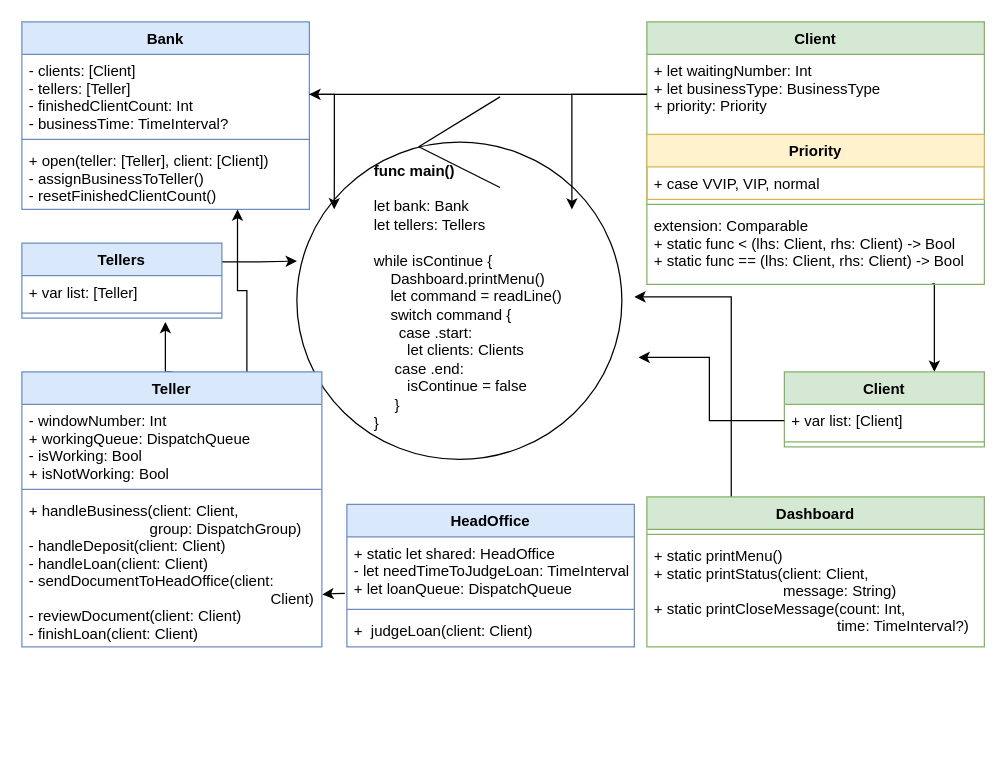
This is 2021_01_17_bankManager/Untitled Diagram.drawio from lina0322/iOS_yagom_starter_camp, a draw.io file, before an edit. Source tidied: cells renumbered, new cells numbered last; positions are measured from the earlier drawing's top-left corner, leaving out a move shared by most shapes. Both pictures are drawn from the tidied source at 125%, with x=0, y=0 at pixel (21, 21).
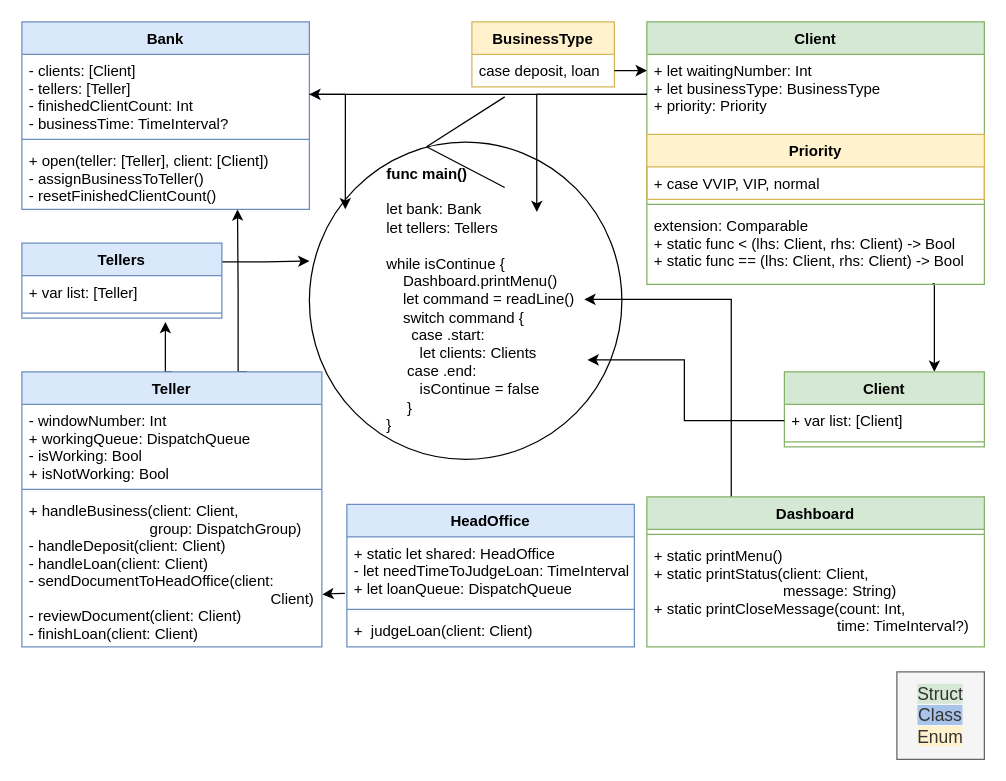
After the change.

The change refers to these unchanged cells:
```xml
<mxCell id="8" value="Bank" style="swimlane;fontStyle=1;align=center;verticalAlign=top;horizontal=1;startSize=26;fillColor=#dae8fc;strokeColor=#6c8ebf;" parent="1" vertex="1">
  <mxGeometry width="230" height="150" as="geometry" />
</mxCell>
<mxCell id="9" value="- clients: [Client]&#10;- tellers: [Teller]&#10;- finishedClientCount: Int&#10;- businessTime: TimeInterval?" style="text;strokeColor=none;fillColor=none;align=left;verticalAlign=top;spacingLeft=4;spacingRight=4;overflow=hidden;points=[[0,0.5],[1,0.5]];portConstraint=eastwest;" parent="8" vertex="1">
  <mxGeometry y="26" width="230" height="64" as="geometry" />
</mxCell>
<mxCell id="15" value="+ let waitingNumber: Int&#10;+ let businessType: BusinessType&#10;+ priority: Priority" style="text;strokeColor=none;fillColor=none;align=left;verticalAlign=top;spacingLeft=4;spacingRight=4;overflow=hidden;points=[[0,0.5],[1,0.5]];portConstraint=eastwest;" parent="14" vertex="1">
  <mxGeometry y="26" width="270" height="64" as="geometry" />
</mxCell>
<mxCell id="32" value="Teller" style="swimlane;fontStyle=1;align=center;verticalAlign=top;horizontal=1;startSize=26;fillColor=#dae8fc;strokeColor=#6c8ebf;" parent="1" vertex="1">
  <mxGeometry y="280" width="240" height="220" as="geometry" />
</mxCell>
```

The edit, as a diff of the source:
```diff
@@
     <mxCell id="2" style="ellipse;shape=umlControl;whiteSpace=wrap;html=1;align=left;" parent="1" vertex="1">
-      <mxGeometry x="220" y="60" width="260" height="290" as="geometry" />
+      <mxGeometry x="230" y="60" width="250" height="290" as="geometry" />
     </mxCell>
     <mxCell id="3" value="&lt;b&gt;&lt;span&gt;func main()&lt;/span&gt;&lt;br&gt;&lt;/b&gt;&lt;br&gt;&lt;span&gt;let bank: Bank&lt;/span&gt;&lt;br&gt;&lt;span&gt;let tellers: Tellers&lt;/span&gt;&lt;br&gt;&lt;br&gt;&lt;span&gt;while isContinue {&lt;/span&gt;&lt;br&gt;&lt;span&gt;&amp;nbsp; &amp;nbsp; Dashboard.printMenu()&lt;/span&gt;&lt;br&gt;&lt;span&gt;&amp;nbsp; &amp;nbsp; let command = readLine()&lt;/span&gt;&lt;br&gt;&lt;span&gt;&amp;nbsp; &amp;nbsp; switch command {&lt;/span&gt;&lt;br&gt;&lt;span&gt;&amp;nbsp; &amp;nbsp; &amp;nbsp; case .start:&lt;/span&gt;&lt;br&gt;&lt;span&gt;&amp;nbsp; &amp;nbsp; &amp;nbsp; &amp;nbsp; let clients: Clients&lt;/span&gt;&lt;br&gt;&lt;span&gt;&amp;nbsp; &amp;nbsp; &amp;nbsp;case .end:&lt;/span&gt;&lt;br&gt;&lt;span&gt;&amp;nbsp; &amp;nbsp; &amp;nbsp; &amp;nbsp; isContinue = false&lt;/span&gt;&lt;br&gt;&lt;span&gt;&amp;nbsp; &amp;nbsp; &amp;nbsp;}&lt;/span&gt;&lt;br&gt;&lt;span&gt;}&lt;/span&gt;" style="text;html=1;strokeColor=none;fillColor=none;align=left;verticalAlign=middle;whiteSpace=wrap;rounded=0;" parent="1" vertex="1">
-      <mxGeometry x="280" y="110" width="210" height="220" as="geometry" />
+      <mxGeometry x="290" y="112" width="160" height="220" as="geometry" />
     </mxCell>
@@
     <mxCell id="12" style="edgeStyle=orthogonalEdgeStyle;rounded=0;jettySize=auto;html=1;entryX=0.115;entryY=0.31;entryDx=0;entryDy=0;entryPerimeter=0;" parent="1" edge="1" source="9" target="2">
-      <mxGeometry relative="1" as="geometry" />
+      <mxGeometry relative="1" as="geometry">
+        <Array as="points">
+          <mxPoint x="259" y="58" />
+        </Array>
+      </mxGeometry>
     </mxCell>
@@
     <mxCell id="30" style="edgeStyle=orthogonalEdgeStyle;rounded=0;jettySize=auto;html=1;exitX=0.75;exitY=0;exitDx=0;exitDy=0;entryX=0.75;entryY=1;entryDx=0;entryDy=0;" parent="1" edge="1" source="32" target="8">
-      <mxGeometry relative="1" as="geometry" />
+      <mxGeometry relative="1" as="geometry">
+        <Array as="points">
+          <mxPoint x="173" y="280" />
+          <mxPoint x="173" y="215" />
+        </Array>
+      </mxGeometry>
     </mxCell>
@@
+    <mxCell id="41" value="BusinessType" style="swimlane;fontStyle=1;horizontal=1;startSize=26;fillColor=#fff2cc;align=center;strokeColor=#d6b656;" parent="1" vertex="1">
+      <mxGeometry x="360" width="114" height="52" as="geometry" />
+    </mxCell>
+    <mxCell id="42" value="case deposit, loan" style="text;strokeColor=none;fillColor=none;align=left;verticalAlign=top;spacingLeft=4;spacingRight=4;overflow=hidden;points=[[0,0.5],[1,0.5]];portConstraint=eastwest;" parent="41" vertex="1">
+      <mxGeometry y="26" width="114" height="26" as="geometry" />
+    </mxCell>
+    <mxCell id="43" style="edgeStyle=orthogonalEdgeStyle;rounded=0;jettySize=auto;html=1;exitX=1;exitY=0.5;exitDx=0;exitDy=0;entryX=0;entryY=0.203;entryDx=0;entryDy=0;entryPerimeter=0;" parent="1" edge="1" source="42" target="15">
+      <mxGeometry relative="1" as="geometry" />
+    </mxCell>
+    <mxCell id="44" value="&lt;span style=&quot;background-color: rgb(213, 232, 212); font-size: 14px;&quot;&gt;Struct&lt;/span&gt;&lt;br style=&quot;font-size: 14px;&quot;&gt;&lt;span style=&quot;background-color: rgb(169, 196, 235); font-size: 14px;&quot;&gt;Class&lt;br style=&quot;font-size: 14px;&quot;&gt;&lt;/span&gt;&lt;span style=&quot;background-color: rgb(255, 242, 204); font-size: 14px;&quot;&gt;Enum&lt;/span&gt;" style="text;html=1;strokeColor=#666666;fillColor=#f5f5f5;align=center;verticalAlign=middle;whiteSpace=wrap;rounded=0;spacingTop=0;fontSize=14;fontColor=#333333;" parent="1" vertex="1">
+      <mxGeometry x="700" y="520" width="70" height="70" as="geometry" />
+    </mxCell>
```
